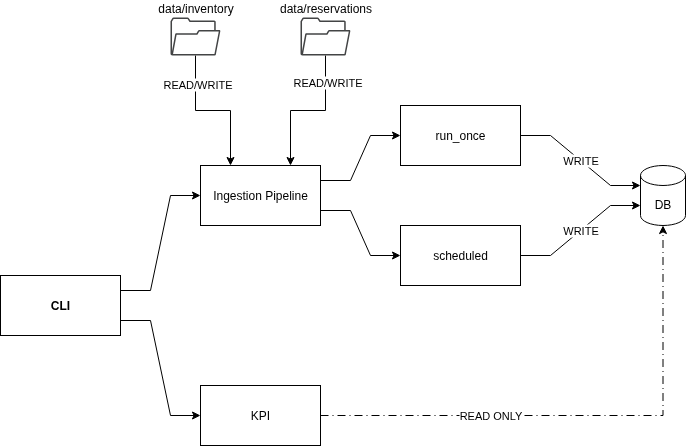
Earlier version of the draw.io export src/docs/img/overall_diagram.png (onurtekir/room_price_genie). Source tidied: cells renumbered, new cells last; positions are measured from the earlier drawing's top-left corner, leaving out a move shared by most shapes.
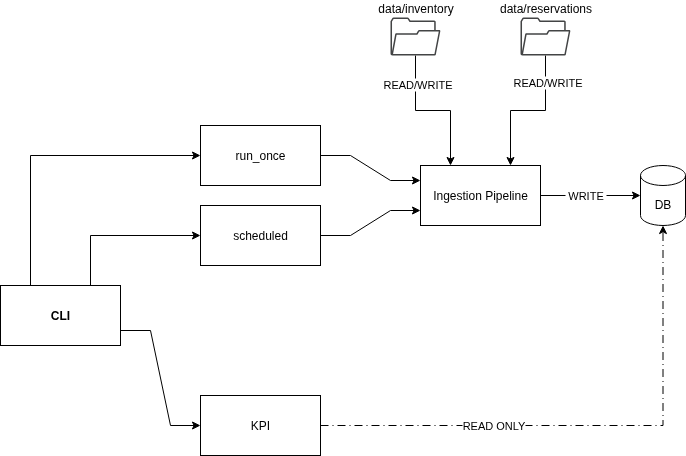
Above is the later version.

Diff of the diagram source:
```diff
@@ -2,62 +2,65 @@
   <root>
     <mxCell id="0" />
     <mxCell id="1" parent="0" />
-    <mxCell id="2" style="edgeStyle=entityRelationEdgeStyle;rounded=0;jettySize=auto;html=1;exitX=1;exitY=0.25;exitDx=0;exitDy=0;entryX=0;entryY=0.5;entryDx=0;entryDy=0;" parent="1" edge="1" source="4" target="7">
+    <mxCell id="2" style="edgeStyle=entityRelationEdgeStyle;rounded=0;jettySize=auto;html=1;exitX=1;exitY=0.75;exitDx=0;exitDy=0;entryX=0;entryY=0.5;entryDx=0;entryDy=0;" parent="1" edge="1" source="5" target="9">
       <mxGeometry relative="1" as="geometry" />
     </mxCell>
-    <mxCell id="3" style="edgeStyle=entityRelationEdgeStyle;rounded=0;jettySize=auto;html=1;exitX=1;exitY=0.75;exitDx=0;exitDy=0;entryX=0;entryY=0.5;entryDx=0;entryDy=0;" parent="1" edge="1" source="4" target="8">
+    <mxCell id="3" style="edgeStyle=orthogonalEdgeStyle;rounded=0;jettySize=auto;html=1;exitX=0.25;exitY=0;exitDx=0;exitDy=0;entryX=0;entryY=0.5;entryDx=0;entryDy=0;" parent="1" edge="1" source="5" target="11">
       <mxGeometry relative="1" as="geometry" />
     </mxCell>
-    <mxCell id="4" value="CLI" style="rounded=0;whiteSpace=wrap;html=1;fontStyle=1;" parent="1" vertex="1">
-      <mxGeometry y="258" width="120" height="60" as="geometry" />
+    <mxCell id="4" style="edgeStyle=orthogonalEdgeStyle;rounded=0;jettySize=auto;html=1;exitX=0.75;exitY=0;exitDx=0;exitDy=0;entryX=0;entryY=0.5;entryDx=0;entryDy=0;" parent="1" edge="1" source="5" target="13">
+      <mxGeometry relative="1" as="geometry" />
     </mxCell>
-    <mxCell id="5" style="edgeStyle=entityRelationEdgeStyle;rounded=0;jettySize=auto;html=1;entryX=0;entryY=0.5;entryDx=0;entryDy=0;exitX=1;exitY=0.25;exitDx=0;exitDy=0;" parent="1" edge="1" source="7" target="9">
-      <mxGeometry relative="1" as="geometry" />
+    <mxCell id="5" value="CLI" style="rounded=0;whiteSpace=wrap;html=1;fontStyle=1;" parent="1" vertex="1">
+      <mxGeometry y="258" width="120" height="60" as="geometry" />
     </mxCell>
-    <mxCell id="6" style="edgeStyle=entityRelationEdgeStyle;rounded=0;jettySize=auto;html=1;exitX=1;exitY=0.75;exitDx=0;exitDy=0;entryX=0;entryY=0.5;entryDx=0;entryDy=0;" parent="1" edge="1" source="7" target="10">
+    <mxCell id="6" style="edgeStyle=orthogonalEdgeStyle;rounded=0;jettySize=auto;html=1;" parent="1" edge="1" source="8" target="14">
       <mxGeometry relative="1" as="geometry" />
     </mxCell>
-    <mxCell id="7" value="Ingestion Pipeline" style="rounded=0;whiteSpace=wrap;html=1;fontStyle=0;" parent="1" vertex="1">
-      <mxGeometry x="200" y="148" width="120" height="60" as="geometry" />
+    <mxCell id="7" value="&amp;nbsp;WRITE&amp;nbsp;" style="edgeLabel;html=1;align=center;verticalAlign=middle;points=[];" parent="6" vertex="1">
+      <mxGeometry x="-0.12" y="1" relative="1" as="geometry" />
     </mxCell>
-    <mxCell id="8" value="KPI" style="rounded=0;whiteSpace=wrap;html=1;" parent="1" vertex="1">
-      <mxGeometry x="200" y="368" width="120" height="60" as="geometry" />
+    <mxCell id="8" value="Ingestion Pipeline" style="rounded=0;whiteSpace=wrap;html=1;fontStyle=0;" parent="1" vertex="1">
+      <mxGeometry x="420" y="138" width="120" height="60" as="geometry" />
     </mxCell>
-    <mxCell id="9" value="run_once" style="rounded=0;whiteSpace=wrap;html=1;" parent="1" vertex="1">
-      <mxGeometry x="400" y="88" width="120" height="60" as="geometry" />
+    <mxCell id="9" value="KPI" style="rounded=0;whiteSpace=wrap;html=1;" parent="1" vertex="1">
+      <mxGeometry x="200" y="368" width="120" height="60" as="geometry" />
     </mxCell>
-    <mxCell id="10" value="scheduled" style="rounded=0;whiteSpace=wrap;html=1;" parent="1" vertex="1">
-      <mxGeometry x="400" y="208" width="120" height="60" as="geometry" />
+    <mxCell id="10" style="edgeStyle=entityRelationEdgeStyle;rounded=0;jettySize=auto;html=1;entryX=0;entryY=0.25;entryDx=0;entryDy=0;" parent="1" edge="1" source="11" target="8">
+      <mxGeometry relative="1" as="geometry" />
     </mxCell>
-    <mxCell id="11" value="DB" style="shape=cylinder3;whiteSpace=wrap;html=1;boundedLbl=1;backgroundOutline=1;size=10;" parent="1" vertex="1">
-      <mxGeometry x="640" y="148" width="45" height="60" as="geometry" />
+    <mxCell id="11" value="run_once" style="rounded=0;whiteSpace=wrap;html=1;" parent="1" vertex="1">
+      <mxGeometry x="200" y="98" width="120" height="60" as="geometry" />
     </mxCell>
-    <mxCell id="12" value="READ ONLY" style="edgeStyle=orthogonalEdgeStyle;rounded=0;jettySize=auto;html=1;entryX=0.5;entryY=1;entryDx=0;entryDy=0;entryPerimeter=0;dashed=1;dashPattern=8 4 1 4;" parent="1" edge="1" source="8" target="11">
-      <mxGeometry x="-0.36" relative="1" as="geometry" />
+    <mxCell id="12" style="edgeStyle=entityRelationEdgeStyle;rounded=0;jettySize=auto;html=1;entryX=0;entryY=0.75;entryDx=0;entryDy=0;" parent="1" edge="1" source="13" target="8">
+      <mxGeometry relative="1" as="geometry" />
     </mxCell>
-    <mxCell id="13" value="WRITE" style="edgeStyle=entityRelationEdgeStyle;rounded=0;jettySize=auto;html=1;entryX=0;entryY=0;entryDx=0;entryDy=20;entryPerimeter=0;" parent="1" edge="1" source="9" target="11">
-      <mxGeometry relative="1" as="geometry" />
+    <mxCell id="13" value="scheduled" style="rounded=0;whiteSpace=wrap;html=1;" parent="1" vertex="1">
+      <mxGeometry x="200" y="178" width="120" height="60" as="geometry" />
     </mxCell>
-    <mxCell id="14" value="WRITE" style="edgeStyle=entityRelationEdgeStyle;rounded=0;jettySize=auto;html=1;entryX=0;entryY=0;entryDx=0;entryDy=40;entryPerimeter=0;" parent="1" edge="1" source="10" target="11">
-      <mxGeometry relative="1" as="geometry" />
+    <mxCell id="14" value="DB" style="shape=cylinder3;whiteSpace=wrap;html=1;boundedLbl=1;backgroundOutline=1;size=10;" parent="1" vertex="1">
+      <mxGeometry x="640" y="138" width="45" height="60" as="geometry" />
     </mxCell>
-    <mxCell id="15" style="edgeStyle=orthogonalEdgeStyle;rounded=0;jettySize=auto;html=1;entryX=0.25;entryY=0;entryDx=0;entryDy=0;" parent="1" edge="1" source="17" target="7">
-      <mxGeometry relative="1" as="geometry" />
+    <mxCell id="15" value="READ ONLY" style="edgeStyle=orthogonalEdgeStyle;rounded=0;jettySize=auto;html=1;entryX=0.5;entryY=1;entryDx=0;entryDy=0;entryPerimeter=0;dashed=1;dashPattern=8 4 1 4;" parent="1" edge="1" source="9" target="14">
+      <mxGeometry x="-0.36" relative="1" as="geometry" />
     </mxCell>
-    <mxCell id="16" value="READ/WRITE" style="edgeLabel;html=1;align=center;verticalAlign=middle;" parent="15" vertex="1">
-      <mxGeometry x="-0.61" y="1" relative="1" as="geometry" />
+    <mxCell id="16" style="edgeStyle=orthogonalEdgeStyle;rounded=0;jettySize=auto;html=1;entryX=0.25;entryY=0;entryDx=0;entryDy=0;" parent="1" edge="1" source="18" target="8">
+      <mxGeometry relative="1" as="geometry" />
     </mxCell>
-    <mxCell id="17" value="data/inventory" style="sketch=0;shadow=0;dashed=0;html=1;strokeColor=none;fillColor=#434445;labelPosition=center;verticalLabelPosition=top;verticalAlign=bottom;align=center;outlineConnect=0;shape=mxgraph.vvd.folder;" parent="1" vertex="1">
-      <mxGeometry x="170" width="50" height="38" as="geometry" />
+    <mxCell id="17" value="READ/WRITE" style="edgeLabel;html=1;align=center;verticalAlign=middle;points=[];" parent="16" vertex="1">
+      <mxGeometry x="-0.61" y="1" relative="1" as="geometry" />
     </mxCell>
-    <mxCell id="18" style="edgeStyle=orthogonalEdgeStyle;rounded=0;jettySize=auto;html=1;entryX=0.75;entryY=0;entryDx=0;entryDy=0;" parent="1" edge="1" source="20" target="7">
-      <mxGeometry relative="1" as="geometry" />
+    <mxCell id="18" value="data/inventory" style="sketch=0;shadow=0;dashed=0;html=1;strokeColor=none;fillColor=#434445;labelPosition=center;verticalLabelPosition=top;verticalAlign=bottom;align=center;outlineConnect=0;shape=mxgraph.vvd.folder;" parent="1" vertex="1">
+      <mxGeometry x="390" y="-10" width="50" height="38" as="geometry" />
     </mxCell>
-    <mxCell id="19" value="READ/WRITE" style="edgeLabel;html=1;align=center;verticalAlign=middle;" parent="18" vertex="1">
-      <mxGeometry x="-0.64" y="1" relative="1" as="geometry" />
+    <mxCell id="19" style="edgeStyle=orthogonalEdgeStyle;rounded=0;jettySize=auto;html=1;entryX=0.75;entryY=0;entryDx=0;entryDy=0;" parent="1" edge="1" source="21" target="8">
+      <mxGeometry relative="1" as="geometry" />
     </mxCell>
-    <mxCell id="20" value="data/reservations" style="sketch=0;shadow=0;dashed=0;html=1;strokeColor=none;fillColor=#434445;labelPosition=center;verticalLabelPosition=top;verticalAlign=bottom;align=center;outlineConnect=0;shape=mxgraph.vvd.folder;" parent="1" vertex="1">
-      <mxGeometry x="300" width="50" height="38" as="geometry" />
+    <mxCell id="20" value="READ/WRITE" style="edgeLabel;html=1;align=center;verticalAlign=middle;points=[];" parent="19" vertex="1">
+      <mxGeometry x="-0.64" y="1" relative="1" as="geometry" />
     </mxCell>
+    <mxCell id="21" value="data/reservations" style="sketch=0;shadow=0;dashed=0;html=1;strokeColor=none;fillColor=#434445;labelPosition=center;verticalLabelPosition=top;verticalAlign=bottom;align=center;outlineConnect=0;shape=mxgraph.vvd.folder;" parent="1" vertex="1">
+      <mxGeometry x="520" y="-10" width="50" height="38" as="geometry" />
+    </mxCell>
   </root>
 </mxGraphModel>
```
